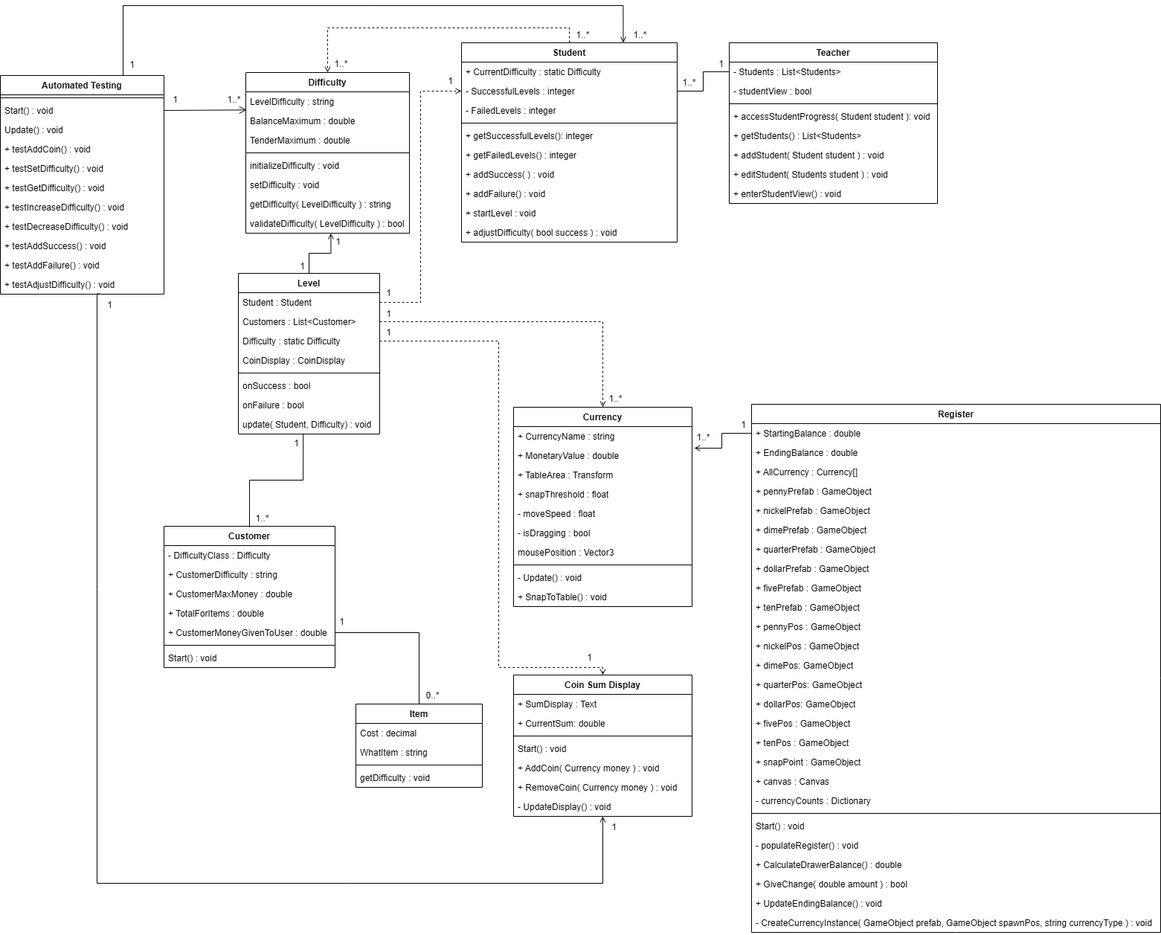
Before: images/D5UMLClassDiagram.png, a diagram exported from draw.io (James-d-Harris/QuickChange). Source tidied: cells renumbered, new cells last; positions are measured from the earlier drawing's top-left corner, leaving out a move shared by most shapes.
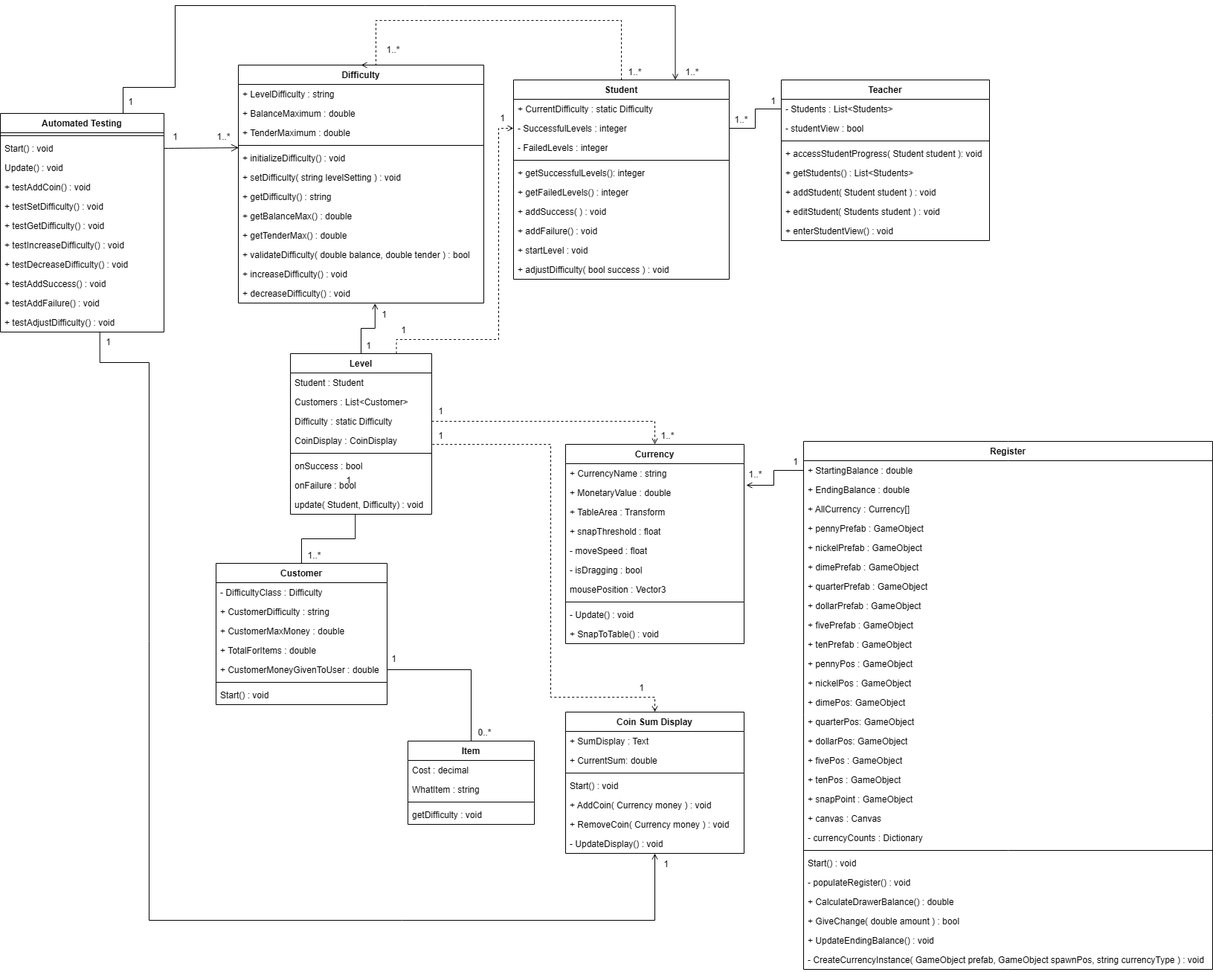
Above is the later version.

Change to the diagram source:
```diff
@@ -3,34 +3,46 @@
     <mxCell id="0" />
     <mxCell id="1" parent="0" />
     <mxCell id="2" value="Difficulty" style="swimlane;fontStyle=1;align=center;verticalAlign=top;horizontal=1;startSize=26;whiteSpace=wrap;html=1;" parent="1" vertex="1">
-      <mxGeometry x="330" y="90" width="220" height="216" as="geometry" />
+      <mxGeometry x="250" y="30" width="330" height="320" as="geometry" />
     </mxCell>
-    <mxCell id="3" value="LevelDifficulty : string" style="text;strokeColor=none;fillColor=none;align=left;verticalAlign=top;spacingLeft=4;spacingRight=4;overflow=hidden;points=[[0,0.5],[1,0.5]];portConstraint=eastwest;whiteSpace=wrap;html=1;" parent="2" vertex="1">
-      <mxGeometry y="26" width="220" height="26" as="geometry" />
+    <mxCell id="3" value="+ LevelDifficulty : string" style="text;strokeColor=none;fillColor=none;align=left;verticalAlign=top;spacingLeft=4;spacingRight=4;overflow=hidden;points=[[0,0.5],[1,0.5]];portConstraint=eastwest;whiteSpace=wrap;html=1;" parent="2" vertex="1">
+      <mxGeometry y="26" width="330" height="26" as="geometry" />
     </mxCell>
-    <mxCell id="4" value="BalanceMaximum : double" style="text;strokeColor=none;fillColor=none;align=left;verticalAlign=top;spacingLeft=4;spacingRight=4;overflow=hidden;whiteSpace=wrap;html=1;" parent="2" vertex="1">
-      <mxGeometry y="52" width="220" height="26" as="geometry" />
+    <mxCell id="4" value="+ BalanceMaximum : double" style="text;strokeColor=none;fillColor=none;align=left;verticalAlign=top;spacingLeft=4;spacingRight=4;overflow=hidden;whiteSpace=wrap;html=1;" parent="2" vertex="1">
+      <mxGeometry y="52" width="330" height="26" as="geometry" />
     </mxCell>
-    <mxCell id="5" value="TenderMaximum : double" style="text;strokeColor=none;fillColor=none;align=left;verticalAlign=top;spacingLeft=4;spacingRight=4;overflow=hidden;whiteSpace=wrap;html=1;" parent="2" vertex="1">
-      <mxGeometry y="78" width="220" height="26" as="geometry" />
+    <mxCell id="5" value="+ TenderMaximum : double" style="text;strokeColor=none;fillColor=none;align=left;verticalAlign=top;spacingLeft=4;spacingRight=4;overflow=hidden;whiteSpace=wrap;html=1;" parent="2" vertex="1">
+      <mxGeometry y="78" width="330" height="26" as="geometry" />
     </mxCell>
     <mxCell id="6" style="line;strokeWidth=1;fillColor=none;align=left;verticalAlign=middle;spacingTop=-1;spacingLeft=3;spacingRight=3;labelPosition=right;strokeColor=inherit;" parent="2" vertex="1">
-      <mxGeometry y="104" width="220" height="8" as="geometry" />
+      <mxGeometry y="104" width="330" height="8" as="geometry" />
     </mxCell>
-    <mxCell id="7" value="initializeDifficulty : void" style="text;strokeColor=none;fillColor=none;align=left;verticalAlign=top;spacingLeft=4;spacingRight=4;overflow=hidden;whiteSpace=wrap;html=1;" parent="2" vertex="1">
-      <mxGeometry y="112" width="220" height="26" as="geometry" />
+    <mxCell id="7" value="+ initializeDifficulty() : void" style="text;strokeColor=none;fillColor=none;align=left;verticalAlign=top;spacingLeft=4;spacingRight=4;overflow=hidden;whiteSpace=wrap;html=1;" parent="2" vertex="1">
+      <mxGeometry y="112" width="330" height="26" as="geometry" />
     </mxCell>
-    <mxCell id="8" value="setDifficulty : void" style="text;strokeColor=none;fillColor=none;align=left;verticalAlign=top;spacingLeft=4;spacingRight=4;overflow=hidden;whiteSpace=wrap;html=1;" parent="2" vertex="1">
-      <mxGeometry y="138" width="220" height="26" as="geometry" />
+    <mxCell id="8" value="+ setDifficulty( string levelSetting ) : void" style="text;strokeColor=none;fillColor=none;align=left;verticalAlign=top;spacingLeft=4;spacingRight=4;overflow=hidden;whiteSpace=wrap;html=1;" parent="2" vertex="1">
+      <mxGeometry y="138" width="330" height="26" as="geometry" />
     </mxCell>
-    <mxCell id="9" value="getDifficulty( LevelDifficulty ) : string" style="text;strokeColor=none;fillColor=none;align=left;verticalAlign=top;spacingLeft=4;spacingRight=4;overflow=hidden;whiteSpace=wrap;html=1;" parent="2" vertex="1">
-      <mxGeometry y="164" width="220" height="26" as="geometry" />
+    <mxCell id="9" value="+ getDifficulty() : string" style="text;strokeColor=none;fillColor=none;align=left;verticalAlign=top;spacingLeft=4;spacingRight=4;overflow=hidden;whiteSpace=wrap;html=1;" parent="2" vertex="1">
+      <mxGeometry y="164" width="330" height="26" as="geometry" />
     </mxCell>
-    <mxCell id="10" value="validateDifficulty( LevelDifficulty ) : bool" style="text;strokeColor=none;fillColor=none;align=left;verticalAlign=top;spacingLeft=4;spacingRight=4;overflow=hidden;points=[[0,0.5],[1,0.5]];portConstraint=eastwest;whiteSpace=wrap;html=1;" parent="2" vertex="1">
-      <mxGeometry y="190" width="220" height="26" as="geometry" />
+    <mxCell id="10" value="+ getBalanceMax() : double" style="text;strokeColor=none;fillColor=none;align=left;verticalAlign=top;spacingLeft=4;spacingRight=4;overflow=hidden;points=[[0,0.5],[1,0.5]];portConstraint=eastwest;whiteSpace=wrap;html=1;" parent="2" vertex="1">
+      <mxGeometry y="190" width="330" height="26" as="geometry" />
     </mxCell>
+    <mxCell id="148" value="+ getTenderMax() : double" style="text;strokeColor=none;fillColor=none;align=left;verticalAlign=top;spacingLeft=4;spacingRight=4;overflow=hidden;whiteSpace=wrap;html=1;" parent="2" vertex="1">
+      <mxGeometry y="216" width="330" height="26" as="geometry" />
+    </mxCell>
+    <mxCell id="149" value="+ validateDifficulty( double balance, double tender ) : bool&amp;nbsp;" style="text;strokeColor=none;fillColor=none;align=left;verticalAlign=top;spacingLeft=4;spacingRight=4;overflow=hidden;whiteSpace=wrap;html=1;" parent="2" vertex="1">
+      <mxGeometry y="242" width="330" height="26" as="geometry" />
+    </mxCell>
+    <mxCell id="150" value="+ increaseDifficulty() : void" style="text;strokeColor=none;fillColor=none;align=left;verticalAlign=top;spacingLeft=4;spacingRight=4;overflow=hidden;whiteSpace=wrap;html=1;" parent="2" vertex="1">
+      <mxGeometry y="268" width="330" height="26" as="geometry" />
+    </mxCell>
+    <mxCell id="151" value="+ decreaseDifficulty() : void" style="text;strokeColor=none;fillColor=none;align=left;verticalAlign=top;spacingLeft=4;spacingRight=4;overflow=hidden;points=[[0,0.5],[1,0.5]];portConstraint=eastwest;whiteSpace=wrap;html=1;" parent="2" vertex="1">
+      <mxGeometry y="294" width="330" height="26" as="geometry" />
+    </mxCell>
     <mxCell id="11" value="Level" style="swimlane;fontStyle=1;align=center;verticalAlign=top;horizontal=1;startSize=26;whiteSpace=wrap;html=1;" parent="1" vertex="1">
-      <mxGeometry x="320" y="360" width="190" height="216" as="geometry" />
+      <mxGeometry x="320" y="418" width="190" height="216" as="geometry" />
     </mxCell>
     <mxCell id="12" value="Student : Student" style="text;strokeColor=none;fillColor=none;align=left;verticalAlign=top;spacingLeft=4;spacingRight=4;overflow=hidden;points=[[0,0.5],[1,0.5]];portConstraint=eastwest;whiteSpace=wrap;html=1;" parent="11" vertex="1">
       <mxGeometry y="26" width="190" height="26" as="geometry" />
@@ -57,7 +69,12 @@
       <mxGeometry y="190" width="190" height="26" as="geometry" />
     </mxCell>
     <mxCell id="20" style="edgeStyle=orthogonalEdgeStyle;rounded=0;jettySize=auto;html=1;exitX=0.5;exitY=0;exitDx=0;exitDy=0;entryX=0.5;entryY=0;entryDx=0;entryDy=0;dashed=1;endArrow=open;endFill=0;" parent="1" edge="1" source="21" target="2">
-      <mxGeometry relative="1" as="geometry" />
+      <mxGeometry relative="1" as="geometry">
+        <Array as="points">
+          <mxPoint x="765" y="-30" />
+          <mxPoint x="435" y="-30" />
+        </Array>
+      </mxGeometry>
     </mxCell>
     <mxCell id="21" value="Student" style="swimlane;fontStyle=1;align=center;verticalAlign=top;horizontal=1;startSize=26;whiteSpace=wrap;html=1;" parent="1" vertex="1">
       <mxGeometry x="620" y="50" width="290" height="268" as="geometry" />
@@ -305,18 +322,20 @@
     <mxCell id="102" style="edgeStyle=orthogonalEdgeStyle;rounded=0;jettySize=auto;html=1;exitX=0.5;exitY=0;exitDx=0;exitDy=0;entryX=0.459;entryY=1;entryDx=0;entryDy=0;entryPerimeter=0;endArrow=none;endFill=0;" parent="1" edge="1" source="88" target="19">
       <mxGeometry relative="1" as="geometry" />
     </mxCell>
-    <mxCell id="103" style="edgeStyle=orthogonalEdgeStyle;rounded=0;jettySize=auto;html=1;exitX=0.5;exitY=0;exitDx=0;exitDy=0;entryX=1;entryY=0.5;entryDx=0;entryDy=0;endArrow=none;endFill=0;dashed=1;startArrow=open;startFill=0;" parent="1" edge="1" source="41" target="14">
+    <mxCell id="103" style="edgeStyle=orthogonalEdgeStyle;rounded=0;jettySize=auto;html=1;exitX=0.5;exitY=0;exitDx=0;exitDy=0;endArrow=none;endFill=0;dashed=1;startArrow=open;startFill=0;" parent="1" edge="1" source="41">
       <mxGeometry relative="1" as="geometry">
+        <mxPoint x="511" y="540" as="targetPoint" />
         <Array as="points">
-          <mxPoint x="670" y="890" />
-          <mxPoint x="670" y="451" />
+          <mxPoint x="810" y="880" />
+          <mxPoint x="670" y="880" />
+          <mxPoint x="670" y="540" />
         </Array>
       </mxGeometry>
     </mxCell>
-    <mxCell id="104" style="edgeStyle=orthogonalEdgeStyle;rounded=0;jettySize=auto;html=1;exitX=1;exitY=0.5;exitDx=0;exitDy=0;entryX=0.5;entryY=0;entryDx=0;entryDy=0;endArrow=open;endFill=0;dashed=1;" parent="1" edge="1" source="13" target="49">
+    <mxCell id="104" style="edgeStyle=orthogonalEdgeStyle;rounded=0;jettySize=auto;html=1;exitX=1;exitY=0.5;exitDx=0;exitDy=0;entryX=0.5;entryY=0;entryDx=0;entryDy=0;endArrow=open;endFill=0;dashed=1;" parent="1" edge="1" source="14" target="49">
       <mxGeometry relative="1" as="geometry" />
     </mxCell>
-    <mxCell id="105" style="edgeStyle=orthogonalEdgeStyle;rounded=0;jettySize=auto;html=1;exitX=0.5;exitY=0;exitDx=0;exitDy=0;entryX=0.52;entryY=1.002;entryDx=0;entryDy=0;entryPerimeter=0;endArrow=open;endFill=0;" parent="1" edge="1" source="11" target="10">
+    <mxCell id="105" style="edgeStyle=orthogonalEdgeStyle;rounded=0;jettySize=auto;html=1;exitX=0.5;exitY=0;exitDx=0;exitDy=0;endArrow=open;endFill=0;entryX=0.557;entryY=1.013;entryDx=0;entryDy=0;entryPerimeter=0;" parent="1" edge="1" source="11" target="151">
       <mxGeometry relative="1" as="geometry" />
     </mxCell>
     <mxCell id="106" style="edgeStyle=orthogonalEdgeStyle;rounded=0;jettySize=auto;html=1;exitX=0;exitY=0.5;exitDx=0;exitDy=0;entryX=1.012;entryY=1.115;entryDx=0;entryDy=0;entryPerimeter=0;startArrow=none;startFill=0;endArrow=open;endFill=0;" parent="1" edge="1" source="61" target="50">
@@ -325,35 +344,41 @@
     <mxCell id="107" style="edgeStyle=orthogonalEdgeStyle;rounded=0;jettySize=auto;html=1;exitX=0;exitY=0.5;exitDx=0;exitDy=0;entryX=1;entryY=0.5;entryDx=0;entryDy=0;endArrow=none;endFill=0;" parent="1" edge="1" source="33" target="23">
       <mxGeometry relative="1" as="geometry" />
     </mxCell>
-    <mxCell id="108" style="edgeStyle=orthogonalEdgeStyle;rounded=0;jettySize=auto;html=1;exitX=1;exitY=0.5;exitDx=0;exitDy=0;entryX=0;entryY=0.5;entryDx=0;entryDy=0;dashed=1;endArrow=open;endFill=0;" parent="1" edge="1" source="12" target="23">
-      <mxGeometry relative="1" as="geometry" />
+    <mxCell id="108" style="edgeStyle=orthogonalEdgeStyle;rounded=0;jettySize=auto;html=1;exitX=0.75;exitY=0;exitDx=0;exitDy=0;entryX=0;entryY=0.5;entryDx=0;entryDy=0;dashed=1;endArrow=open;endFill=0;" parent="1" edge="1" source="11" target="23">
+      <mxGeometry relative="1" as="geometry">
+        <Array as="points">
+          <mxPoint x="463" y="399" />
+          <mxPoint x="600" y="399" />
+          <mxPoint x="600" y="115" />
+        </Array>
+      </mxGeometry>
     </mxCell>
     <mxCell id="109" value="1" style="text;html=1;align=center;verticalAlign=middle;strokeColor=none;fillColor=none;" parent="1" vertex="1">
-      <mxGeometry x="391" y="336" width="30" height="30" as="geometry" />
+      <mxGeometry x="410" y="393" width="30" height="30" as="geometry" />
     </mxCell>
     <mxCell id="110" value="1" style="text;html=1;align=center;verticalAlign=middle;strokeColor=none;fillColor=none;" parent="1" vertex="1">
-      <mxGeometry x="439" y="303" width="30" height="30" as="geometry" />
+      <mxGeometry x="431" y="351" width="30" height="30" as="geometry" />
     </mxCell>
     <mxCell id="111" value="1..*" style="text;html=1;align=center;verticalAlign=middle;strokeColor=none;fillColor=none;" parent="1" vertex="1">
-      <mxGeometry x="438" y="64" width="40" height="30" as="geometry" />
+      <mxGeometry x="438" y="-5" width="40" height="30" as="geometry" />
     </mxCell>
     <mxCell id="112" value="1..*" style="text;html=1;align=center;verticalAlign=middle;strokeColor=none;fillColor=none;" parent="1" vertex="1">
       <mxGeometry x="763" y="25" width="40" height="30" as="geometry" />
     </mxCell>
     <mxCell id="113" value="1" style="text;html=1;align=center;verticalAlign=middle;strokeColor=none;fillColor=none;" parent="1" vertex="1">
-      <mxGeometry x="507" y="372" width="30" height="30" as="geometry" />
+      <mxGeometry x="457" y="372" width="30" height="30" as="geometry" />
     </mxCell>
     <mxCell id="114" value="1" style="text;html=1;align=center;verticalAlign=middle;strokeColor=none;fillColor=none;" parent="1" vertex="1">
       <mxGeometry x="590" y="87" width="30" height="30" as="geometry" />
     </mxCell>
     <mxCell id="115" value="1" style="text;html=1;align=center;verticalAlign=middle;strokeColor=none;fillColor=none;" parent="1" vertex="1">
-      <mxGeometry x="507" y="400" width="30" height="30" as="geometry" />
+      <mxGeometry x="507" y="514" width="30" height="30" as="geometry" />
     </mxCell>
     <mxCell id="116" value="1" style="text;html=1;align=center;verticalAlign=middle;strokeColor=none;fillColor=none;" parent="1" vertex="1">
-      <mxGeometry x="507" y="425" width="30" height="30" as="geometry" />
+      <mxGeometry x="507" y="481" width="30" height="30" as="geometry" />
     </mxCell>
     <mxCell id="117" value="1" style="text;html=1;align=center;verticalAlign=middle;strokeColor=none;fillColor=none;" parent="1" vertex="1">
-      <mxGeometry x="777" y="862" width="30" height="30" as="geometry" />
+      <mxGeometry x="777" y="853" width="30" height="30" as="geometry" />
     </mxCell>
     <mxCell id="118" value="1..*" style="text;html=1;align=center;verticalAlign=middle;strokeColor=none;fillColor=none;" parent="1" vertex="1">
       <mxGeometry x="807" y="514" width="40" height="30" as="geometry" />
@@ -383,7 +408,7 @@
       <mxGeometry x="332" y="675" width="40" height="30" as="geometry" />
     </mxCell>
     <mxCell id="127" value="Automated Testing" style="swimlane;fontStyle=1;align=center;verticalAlign=top;horizontal=1;startSize=26;whiteSpace=wrap;html=1;" parent="1" vertex="1">
-      <mxGeometry y="94" width="220" height="294" as="geometry" />
+      <mxGeometry x="-70" y="95" width="220" height="294" as="geometry" />
     </mxCell>
     <mxCell id="128" style="line;strokeWidth=1;fillColor=none;align=left;verticalAlign=middle;spacingTop=-1;spacingLeft=3;spacingRight=3;labelPosition=right;strokeColor=inherit;" parent="127" vertex="1">
       <mxGeometry y="26" width="220" height="8" as="geometry" />
@@ -418,25 +443,27 @@
     <mxCell id="138" value="+ testAdjustDifficulty() : void" style="text;strokeColor=none;fillColor=none;align=left;verticalAlign=top;spacingLeft=4;spacingRight=4;overflow=hidden;points=[[0,0.5],[1,0.5]];portConstraint=eastwest;whiteSpace=wrap;html=1;" parent="127" vertex="1">
       <mxGeometry y="268" width="220" height="26" as="geometry" />
     </mxCell>
-    <mxCell id="139" style="edgeStyle=none;curved=1;rounded=0;jettySize=auto;html=1;exitX=1;exitY=0.5;exitDx=0;exitDy=0;entryX=0.006;entryY=0.936;entryDx=0;entryDy=0;entryPerimeter=0;fontSize=12;startSize=8;endSize=8;endArrow=open;endFill=0;" parent="1" edge="1" source="129" target="3">
+    <mxCell id="139" style="edgeStyle=none;curved=1;rounded=0;jettySize=auto;html=1;exitX=1;exitY=0.5;exitDx=0;exitDy=0;fontSize=12;startSize=8;endSize=8;endArrow=open;endFill=0;entryX=1.013;entryY=0.972;entryDx=0;entryDy=0;entryPerimeter=0;" parent="1" edge="1" source="129" target="140">
       <mxGeometry relative="1" as="geometry" />
     </mxCell>
     <mxCell id="140" value="1..*" style="text;html=1;align=center;verticalAlign=middle;points=[];strokeColor=none;fillColor=none;" parent="1" vertex="1">
-      <mxGeometry x="294" y="112" width="40" height="30" as="geometry" />
+      <mxGeometry x="210" y="112" width="40" height="30" as="geometry" />
     </mxCell>
     <mxCell id="141" value="1" style="text;html=1;align=center;verticalAlign=middle;strokeColor=none;fillColor=none;" parent="1" vertex="1">
-      <mxGeometry x="220" y="112" width="30" height="30" as="geometry" />
+      <mxGeometry x="150" y="112" width="30" height="30" as="geometry" />
     </mxCell>
     <mxCell id="142" style="edgeStyle=orthogonalEdgeStyle;rounded=0;jettySize=auto;html=1;entryX=0.75;entryY=0;entryDx=0;entryDy=0;endArrow=none;endFill=0;exitX=0.75;exitY=0;exitDx=0;exitDy=0;startArrow=open;startFill=0;" parent="1" edge="1" source="21" target="127">
       <mxGeometry relative="1" as="geometry">
         <Array as="points">
-          <mxPoint x="838" />
-          <mxPoint x="165" />
+          <mxPoint x="838" y="-50" />
+          <mxPoint x="165" y="-50" />
+          <mxPoint x="165" y="60" />
+          <mxPoint x="95" y="60" />
         </Array>
       </mxGeometry>
     </mxCell>
     <mxCell id="143" value="1" style="text;html=1;align=center;verticalAlign=middle;strokeColor=none;fillColor=none;" parent="1" vertex="1">
-      <mxGeometry x="162" y="65" width="30" height="30" as="geometry" />
+      <mxGeometry x="90" y="65" width="30" height="30" as="geometry" />
     </mxCell>
     <mxCell id="144" value="1..*" style="text;html=1;align=center;verticalAlign=middle;strokeColor=none;fillColor=none;" parent="1" vertex="1">
       <mxGeometry x="840" y="25" width="40" height="30" as="geometry" />
@@ -446,12 +473,13 @@
         <Array as="points">
           <mxPoint x="810" y="1180" />
           <mxPoint x="130" y="1180" />
-          <mxPoint x="130" y="387" />
+          <mxPoint x="130" y="430" />
+          <mxPoint x="64" y="430" />
         </Array>
       </mxGeometry>
     </mxCell>
     <mxCell id="146" value="1" style="text;html=1;align=center;verticalAlign=middle;strokeColor=none;fillColor=none;" parent="1" vertex="1">
-      <mxGeometry x="132" y="388" width="30" height="30" as="geometry" />
+      <mxGeometry x="60" y="388" width="30" height="30" as="geometry" />
     </mxCell>
     <mxCell id="147" value="1" style="text;html=1;align=center;verticalAlign=middle;strokeColor=none;fillColor=none;" parent="1" vertex="1">
       <mxGeometry x="810" y="1090" width="30" height="30" as="geometry" />
```
